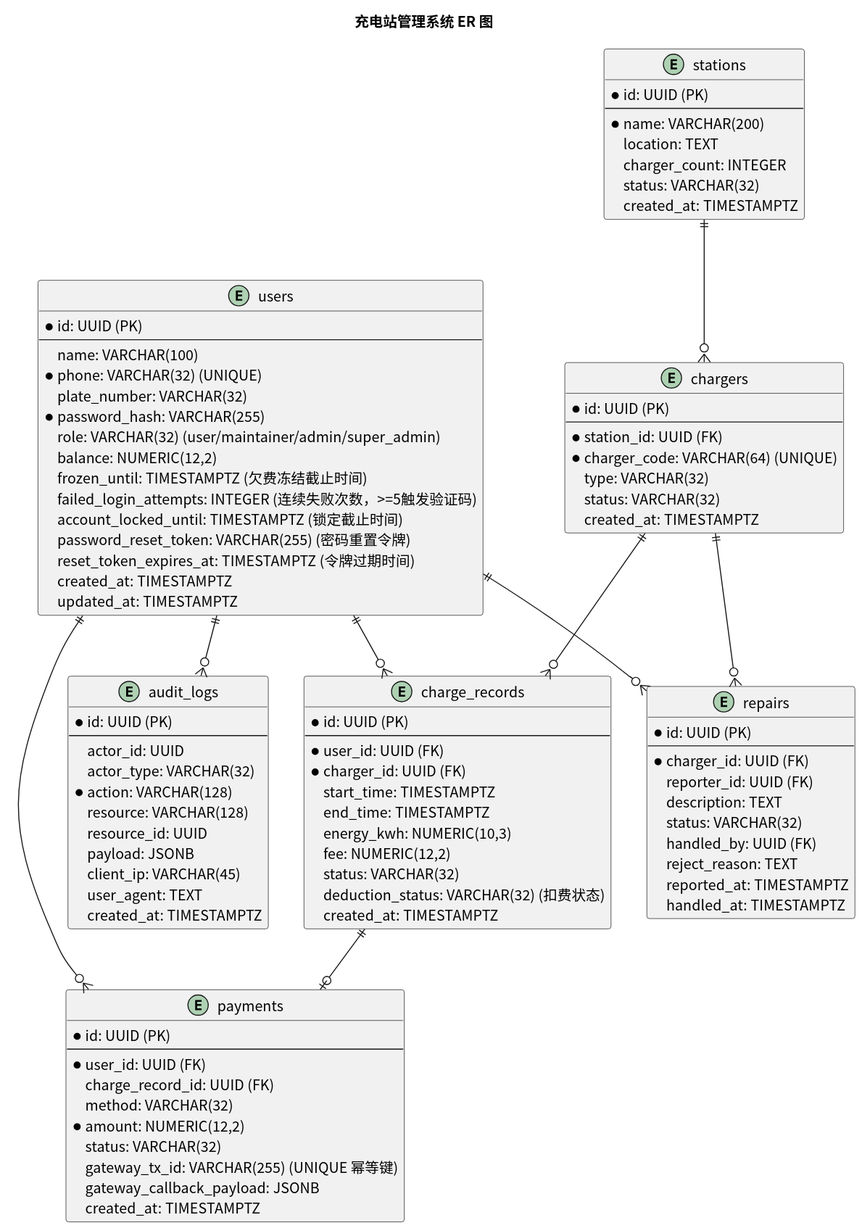
The PlantUML diagram usecase/docs/database/img/er_diagram.svg in greenhandzdl/charging-station-doc, before a commit.
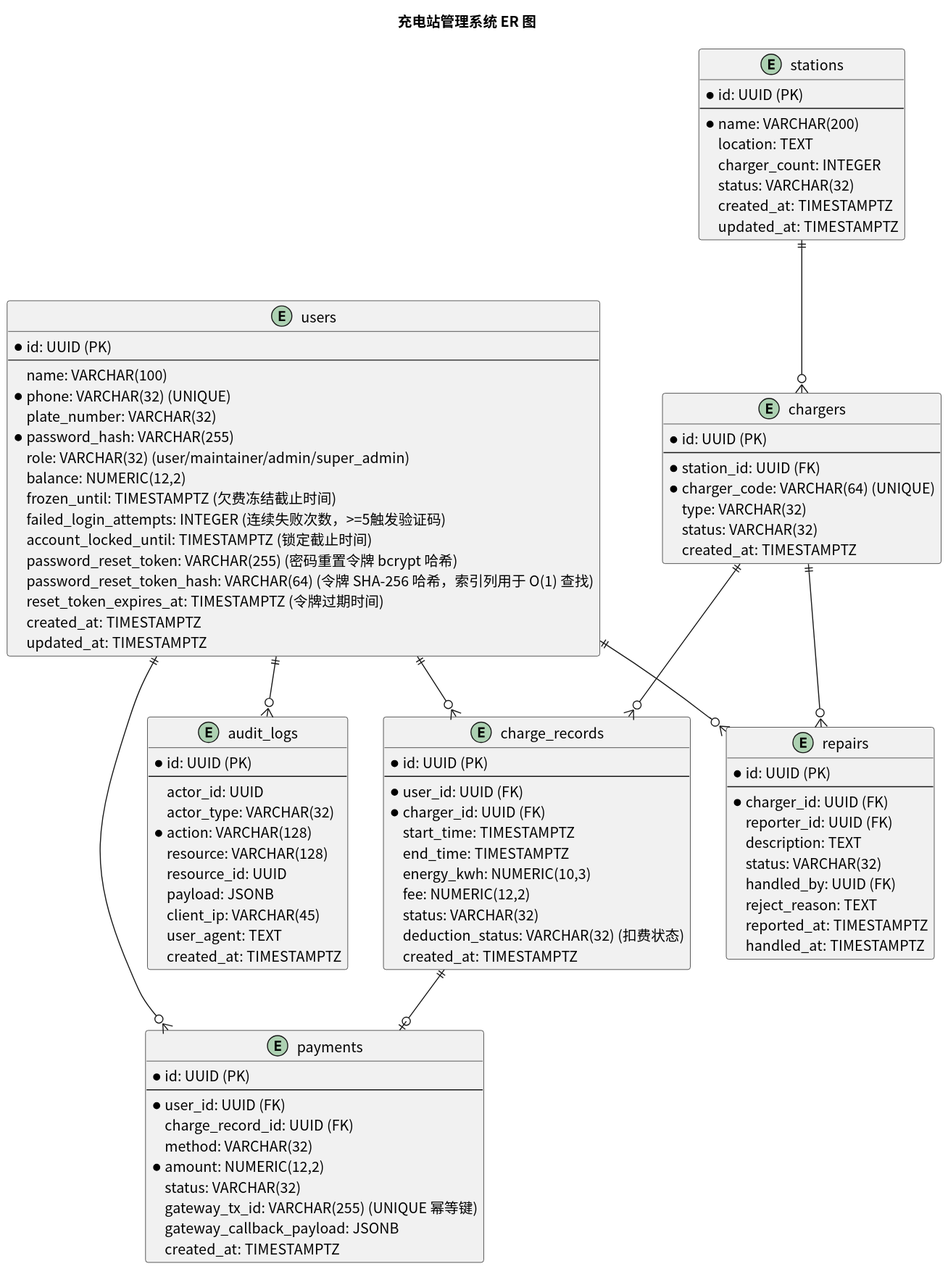
The same file after the commit.

Change to the diagram source:
```diff
@@ -15,7 +15,8 @@
   frozen_until: TIMESTAMPTZ (欠费冻结截止时间)
   failed_login_attempts: INTEGER (连续失败次数，>=5触发验证码)
   account_locked_until: TIMESTAMPTZ (锁定截止时间)
-  password_reset_token: VARCHAR(255) (密码重置令牌)
+  password_reset_token: VARCHAR(255) (密码重置令牌 bcrypt 哈希)
+  password_reset_token_hash: VARCHAR(64) (令牌 SHA-256 哈希，索引列用于 O(1) 查找)
   reset_token_expires_at: TIMESTAMPTZ (令牌过期时间)
   created_at: TIMESTAMPTZ
   updated_at: TIMESTAMPTZ
@@ -29,6 +30,7 @@
   charger_count: INTEGER
   status: VARCHAR(32)
   created_at: TIMESTAMPTZ
+  updated_at: TIMESTAMPTZ
 }
 
 entity chargers {
```
